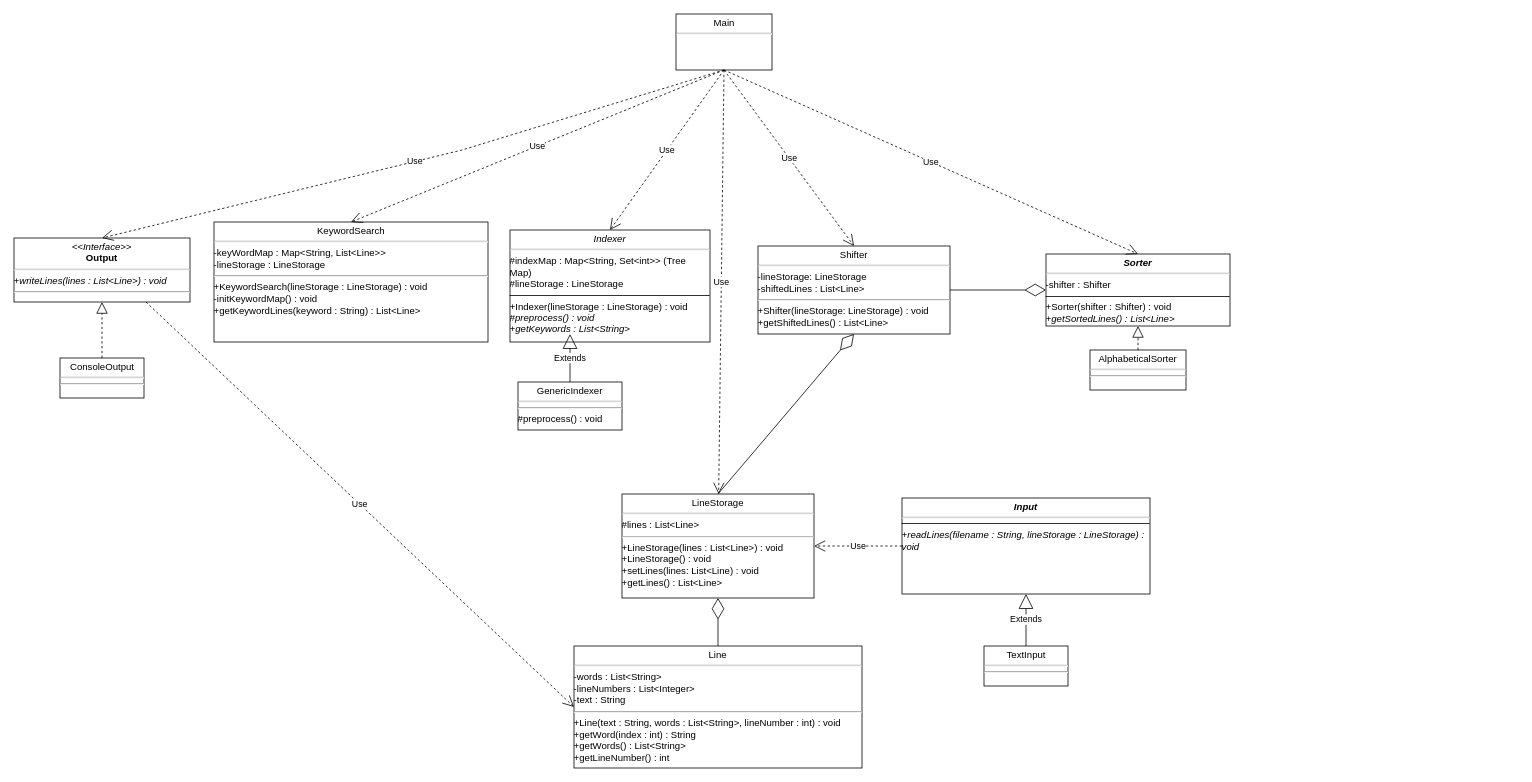
Above: Homework/Homework 1/SE 311 Homework 1 UML.drawio in dragon5201111/Drexel-University-SE-311-Software-Architecture-II (draw.io), before the change. Source tidied: cells renumbered, new cells numbered last; positions are measured from the earlier drawing's top-left corner, leaving out a move shared by most shapes. Both pictures are drawn from the tidied source at 80%, with x=0, y=0 at pixel (14, 14).
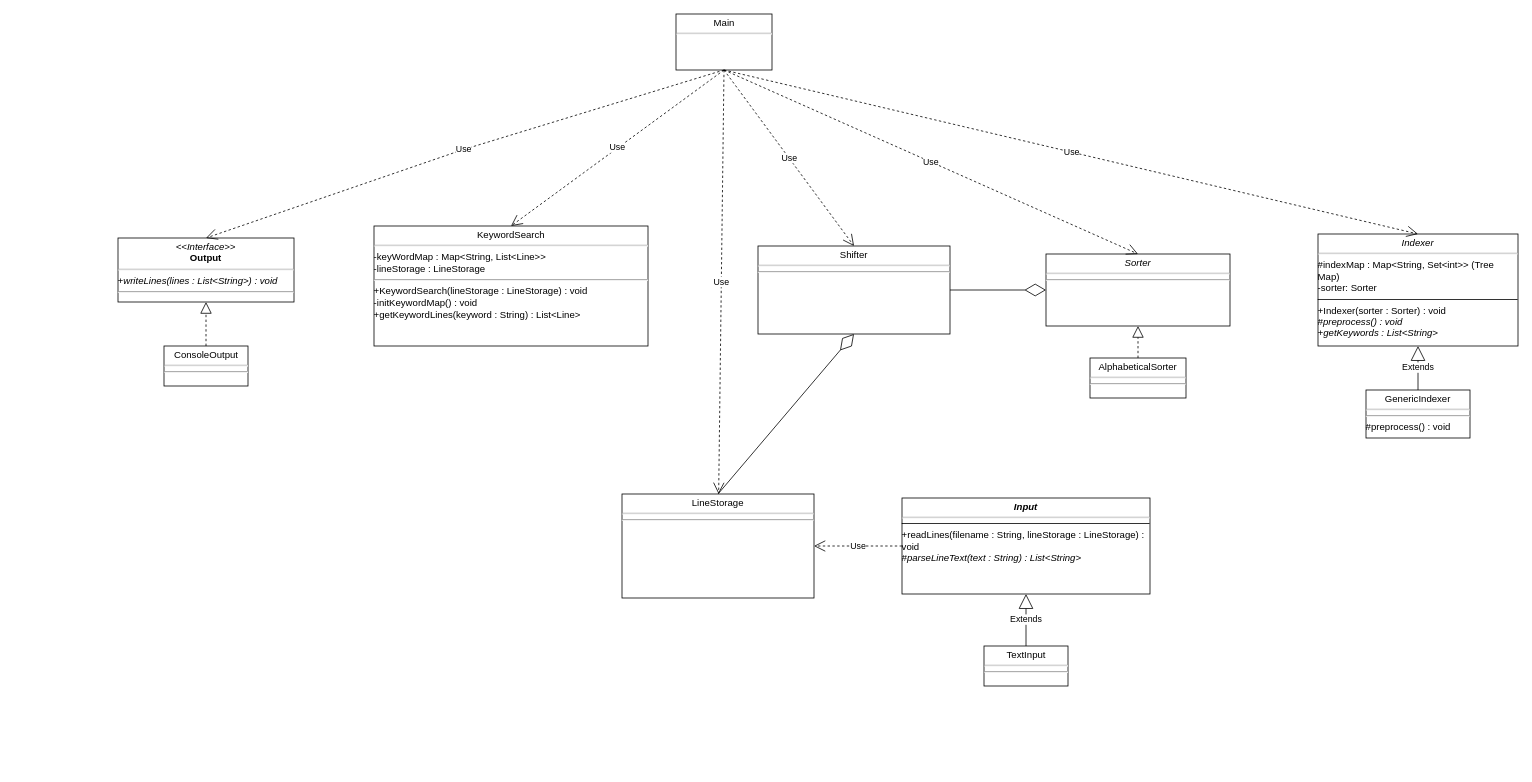
The same diagram, later.

What changed in the source:
```diff
@@
-    <mxCell id="2" value="&lt;p style=&quot;margin:0px;margin-top:4px;text-align:center;&quot;&gt;&lt;b&gt;&lt;i&gt;Input&lt;/i&gt;&lt;/b&gt;&lt;/p&gt;&lt;hr&gt;&lt;hr size=&quot;1&quot; style=&quot;border-style:solid;&quot;&gt;&lt;div&gt;&lt;i&gt;+readLines(filename : String, lineStorage : LineStorage) : void&lt;/i&gt;&lt;div&gt;&lt;br&gt;&lt;/div&gt;&lt;/div&gt;" style="verticalAlign=top;align=left;overflow=fill;html=1;whiteSpace=wrap;" parent="1" vertex="1">
+    <mxCell id="2" value="&lt;p style=&quot;margin:0px;margin-top:4px;text-align:center;&quot;&gt;&lt;b&gt;&lt;i&gt;Input&lt;/i&gt;&lt;/b&gt;&lt;/p&gt;&lt;hr&gt;&lt;hr size=&quot;1&quot; style=&quot;border-style:solid;&quot;&gt;&lt;div&gt;+readLines(filename : String, lineStorage : LineStorage) : void&lt;/div&gt;&lt;div&gt;&lt;i&gt;#parseLineText(text : String) : List&amp;lt;String&amp;gt;&lt;br&gt;&lt;/i&gt;&lt;div&gt;&lt;br&gt;&lt;/div&gt;&lt;/div&gt;" style="verticalAlign=top;align=left;overflow=fill;html=1;whiteSpace=wrap;" parent="1" vertex="1">
       <mxGeometry x="1110" y="605" width="310" height="120" as="geometry" />
     </mxCell>
-    <mxCell id="3" value="&lt;p style=&quot;margin:0px;margin-top:4px;text-align:center;&quot;&gt;&lt;i&gt;&amp;lt;&amp;lt;Interface&amp;gt;&amp;gt;&lt;/i&gt;&lt;br&gt;&lt;b&gt;Output&lt;/b&gt;&lt;/p&gt;&lt;hr&gt;&lt;i&gt;+writeLines(lines : List&amp;lt;Line&amp;gt;) : void&lt;br&gt;&lt;/i&gt;&lt;hr&gt;&lt;div&gt;&lt;br&gt;&lt;/div&gt;" style="verticalAlign=top;align=left;overflow=fill;html=1;whiteSpace=wrap;" parent="1" vertex="1">
-      <mxGeometry y="280" width="220" height="80" as="geometry" />
+    <mxCell id="3" value="&lt;p style=&quot;margin:0px;margin-top:4px;text-align:center;&quot;&gt;&lt;i&gt;&amp;lt;&amp;lt;Interface&amp;gt;&amp;gt;&lt;/i&gt;&lt;br&gt;&lt;b&gt;Output&lt;/b&gt;&lt;/p&gt;&lt;hr&gt;&lt;i&gt;+writeLines(lines : List&amp;lt;String&amp;gt;) : void&lt;br&gt;&lt;/i&gt;&lt;hr&gt;&lt;div&gt;&lt;br&gt;&lt;/div&gt;" style="verticalAlign=top;align=left;overflow=fill;html=1;whiteSpace=wrap;" parent="1" vertex="1">
+      <mxGeometry x="130" y="280" width="220" height="80" as="geometry" />
     </mxCell>
@@
     <mxCell id="5" value="&lt;p style=&quot;margin:0px;margin-top:4px;text-align:center;&quot;&gt;ConsoleOutput&lt;/p&gt;&lt;hr&gt;&lt;hr&gt;" style="verticalAlign=top;align=left;overflow=fill;html=1;whiteSpace=wrap;" parent="1" vertex="1">
-      <mxGeometry x="57.5" y="430" width="105" height="50" as="geometry" />
+      <mxGeometry x="187.5" y="415" width="105" height="50" as="geometry" />
     </mxCell>
-    <mxCell id="6" value="&lt;p style=&quot;margin:0px;margin-top:4px;text-align:center;&quot;&gt;&lt;b&gt;&lt;i&gt;Sorter&lt;/i&gt;&lt;/b&gt;&lt;/p&gt;&lt;hr&gt;-shifter : Shifter&lt;br&gt;&lt;hr size=&quot;1&quot; style=&quot;border-style:solid;&quot;&gt;+Sorter(shifter : Shifter) : void&lt;div&gt;&lt;i&gt;+getSortedLines() : List&amp;lt;Line&amp;gt;&lt;/i&gt;&lt;/div&gt;" style="verticalAlign=top;align=left;overflow=fill;html=1;whiteSpace=wrap;" parent="1" vertex="1">
+    <mxCell id="6" value="&lt;p style=&quot;margin:0px;margin-top:4px;text-align:center;&quot;&gt;&lt;i style=&quot;&quot;&gt;Sorter&lt;/i&gt;&lt;/p&gt;&lt;hr&gt;&lt;hr&gt;" style="verticalAlign=top;align=left;overflow=fill;html=1;whiteSpace=wrap;" parent="1" vertex="1">
       <mxGeometry x="1290" y="300" width="230" height="90" as="geometry" />
     </mxCell>
     <mxCell id="7" value="&lt;p style=&quot;margin:0px;margin-top:4px;text-align:center;&quot;&gt;AlphabeticalSorter&lt;/p&gt;&lt;hr&gt;&lt;hr&gt;" style="verticalAlign=top;align=left;overflow=fill;html=1;whiteSpace=wrap;" parent="1" vertex="1">
-      <mxGeometry x="1345" y="420" width="120" height="50" as="geometry" />
+      <mxGeometry x="1345" y="430" width="120" height="50" as="geometry" />
     </mxCell>
@@
-    <mxCell id="9" value="&lt;p style=&quot;margin:0px;margin-top:4px;text-align:center;&quot;&gt;Shifter&lt;/p&gt;&lt;hr&gt;-lineStorage: LineStorage&lt;div&gt;-shiftedLines : List&amp;lt;Line&amp;gt;&lt;br&gt;&lt;hr&gt;+Shifter(lineStorage: LineStorage) : void&lt;br&gt;&lt;div&gt;+getShiftedLines() : List&amp;lt;Line&amp;gt;&lt;/div&gt;&lt;/div&gt;" style="verticalAlign=top;align=left;overflow=fill;html=1;whiteSpace=wrap;" parent="1" vertex="1">
+    <mxCell id="9" value="&lt;p style=&quot;margin:0px;margin-top:4px;text-align:center;&quot;&gt;Shifter&lt;/p&gt;&lt;div&gt;&lt;hr&gt;&lt;hr&gt;&lt;/div&gt;" style="verticalAlign=top;align=left;overflow=fill;html=1;whiteSpace=wrap;" parent="1" vertex="1">
       <mxGeometry x="930" y="290" width="240" height="110" as="geometry" />
     </mxCell>
     <mxCell id="10" value="&lt;p style=&quot;margin:0px;margin-top:4px;text-align:center;&quot;&gt;KeywordSearch&lt;/p&gt;&lt;hr&gt;-keyWordMap : Map&amp;lt;String, List&amp;lt;Line&amp;gt;&amp;gt;&lt;div&gt;&lt;span style=&quot;background-color: transparent; color: light-dark(rgb(0, 0, 0), rgb(255, 255, 255));&quot;&gt;-lineStorage : LineStorage&lt;/span&gt;&lt;/div&gt;&lt;div&gt;&lt;hr&gt;+KeywordSearch(lineStorage : LineStorage) : void&lt;/div&gt;&lt;div&gt;-initKeywordMap() : void&lt;/div&gt;&lt;div&gt;+getKeywordLines(keyword : String) : List&amp;lt;Line&amp;gt;&lt;/div&gt;" style="verticalAlign=top;align=left;overflow=fill;html=1;whiteSpace=wrap;" parent="1" vertex="1">
-      <mxGeometry x="250" y="260" width="342.5" height="150" as="geometry" />
+      <mxGeometry x="450" y="265" width="342.5" height="150" as="geometry" />
     </mxCell>
-    <mxCell id="11" value="&lt;p style=&quot;margin:0px;margin-top:4px;text-align:center;&quot;&gt;LineStorage&lt;/p&gt;&lt;hr&gt;#lines : List&amp;lt;Line&amp;gt;&lt;br&gt;&lt;hr&gt;+LineStorage(lines : List&amp;lt;Line&amp;gt;) : void&lt;div&gt;+LineStorage() : void&lt;br&gt;&lt;div&gt;+setLines(lines: List&amp;lt;Line) : void&lt;br&gt;&lt;div&gt;+getLines() : List&amp;lt;Line&amp;gt;&lt;/div&gt;&lt;/div&gt;&lt;/div&gt;" style="verticalAlign=top;align=left;overflow=fill;html=1;whiteSpace=wrap;" parent="1" vertex="1">
+    <mxCell id="11" value="&lt;p style=&quot;margin:0px;margin-top:4px;text-align:center;&quot;&gt;LineStorage&lt;/p&gt;&lt;hr&gt;&lt;hr&gt;" style="verticalAlign=top;align=left;overflow=fill;html=1;whiteSpace=wrap;" parent="1" vertex="1">
       <mxGeometry x="760" y="600" width="240" height="130" as="geometry" />
     </mxCell>
@@
-    <mxCell id="14" value="&lt;p style=&quot;margin:0px;margin-top:4px;text-align:center;&quot;&gt;&lt;i style=&quot;&quot;&gt;Indexer&lt;/i&gt;&lt;/p&gt;&lt;hr&gt;#indexMap : Map&amp;lt;String, Set&amp;lt;int&amp;gt;&amp;gt; (Tree Map)&lt;div&gt;#lineStorage : LineStorage&lt;br&gt;&lt;hr size=&quot;1&quot; style=&quot;border-style:solid;&quot;&gt;&lt;i&gt;+&lt;/i&gt;Indexer(lineStorage : LineStorage) : void&lt;/div&gt;&lt;div&gt;&lt;i&gt;#preprocess() : void&lt;/i&gt;&lt;/div&gt;&lt;div&gt;&lt;i&gt;+getKeywords : List&amp;lt;String&amp;gt;&lt;/i&gt;&lt;/div&gt;" style="verticalAlign=top;align=left;overflow=fill;html=1;whiteSpace=wrap;" parent="1" vertex="1">
-      <mxGeometry x="620" y="270" width="250" height="140" as="geometry" />
+    <mxCell id="14" value="&lt;p style=&quot;margin:0px;margin-top:4px;text-align:center;&quot;&gt;&lt;i style=&quot;&quot;&gt;Indexer&lt;/i&gt;&lt;/p&gt;&lt;hr&gt;#indexMap : Map&amp;lt;String, Set&amp;lt;int&amp;gt;&amp;gt; (Tree Map)&lt;div&gt;-sorter: Sorter&lt;br&gt;&lt;hr size=&quot;1&quot; style=&quot;border-style:solid;&quot;&gt;&lt;i&gt;+&lt;/i&gt;Indexer(sorter : Sorter) : void&lt;/div&gt;&lt;div&gt;&lt;i&gt;#preprocess() : void&lt;/i&gt;&lt;/div&gt;&lt;div&gt;&lt;i&gt;+getKeywords : List&amp;lt;String&amp;gt;&lt;/i&gt;&lt;/div&gt;" style="verticalAlign=top;align=left;overflow=fill;html=1;whiteSpace=wrap;" parent="1" vertex="1">
+      <mxGeometry x="1630" y="275" width="250" height="140" as="geometry" />
     </mxCell>
     <mxCell id="15" value="&lt;p style=&quot;margin:0px;margin-top:4px;text-align:center;&quot;&gt;GenericIndexer&lt;/p&gt;&lt;hr&gt;&lt;hr&gt;#preprocess() : void&lt;div&gt;&lt;br&gt;&lt;/div&gt;" style="verticalAlign=top;align=left;overflow=fill;html=1;whiteSpace=wrap;" parent="1" vertex="1">
-      <mxGeometry x="630" y="460" width="130" height="60" as="geometry" />
+      <mxGeometry x="1690" y="470" width="130" height="60" as="geometry" />
     </mxCell>
-    <mxCell id="16" value="Extends" style="endArrow=block;endSize=16;endFill=0;html=1;rounded=0;exitX=0.5;exitY=0;exitDx=0;exitDy=0;" parent="1" edge="1" source="15">
-      <mxGeometry relative="1" as="geometry">
-        <mxPoint x="695" y="400" as="targetPoint" />
-      </mxGeometry>
+    <mxCell id="16" value="Extends" style="endArrow=block;endSize=16;endFill=0;html=1;rounded=0;exitX=0.5;exitY=0;exitDx=0;exitDy=0;entryX=0.5;entryY=1;entryDx=0;entryDy=0;" parent="1" edge="1" source="15" target="14">
+      <mxGeometry relative="1" as="geometry" />
     </mxCell>
-    <mxCell id="17" value="&lt;p style=&quot;margin:0px;margin-top:4px;text-align:center;&quot;&gt;Line&lt;/p&gt;&lt;hr&gt;-words : List&amp;lt;String&amp;gt;&lt;div&gt;-lineNumbers : List&amp;lt;Integer&amp;gt;&lt;/div&gt;&lt;div&gt;-text : String&lt;/div&gt;&lt;div&gt;&lt;div&gt;&lt;hr&gt;+Line(text : String, words : List&amp;lt;String&amp;gt;, lineNumber : int) : void&lt;/div&gt;&lt;/div&gt;&lt;div&gt;+getWord(index : int) : String&lt;/div&gt;&lt;div&gt;+getWords() : List&amp;lt;String&amp;gt;&lt;/div&gt;&lt;div&gt;+getLineNumber() : int&lt;/div&gt;" style="verticalAlign=top;align=left;overflow=fill;html=1;whiteSpace=wrap;" parent="1" vertex="1">
-      <mxGeometry x="700" y="790" width="360" height="152.5" as="geometry" />
-    </mxCell>
-    <mxCell id="18" style="endArrow=diamondThin;endFill=0;endSize=24;html=1;rounded=0;exitX=0.5;exitY=0;exitDx=0;exitDy=0;entryX=0.5;entryY=1;entryDx=0;entryDy=0;" parent="1" edge="1" source="17" target="11">
-      <mxGeometry relative="1" as="geometry" />
-    </mxCell>
-    <mxCell id="19" value="Use" style="endArrow=open;endSize=12;dashed=1;html=1;rounded=0;exitX=0.75;exitY=1;exitDx=0;exitDy=0;entryX=0;entryY=0.5;entryDx=0;entryDy=0;" parent="1" edge="1" source="3" target="17">
-      <mxGeometry relative="1" as="geometry" />
-    </mxCell>
```
